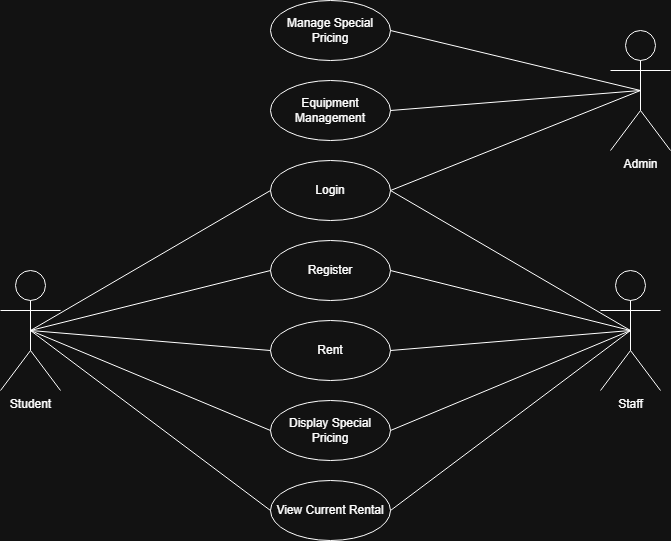
This is Final Assignment Diagrams/OOADFinalAsgnmtUseCaseDiagram.drawio.png from daiztufayl/OOADG2, a draw.io export, as it was before one commit. Source tidied: cells renumbered, new cells last; positions are measured from the earlier drawing's top-left corner, leaving out a move shared by most shapes. Its diagram source:
```xml
<mxGraphModel>
  <root>
    <mxCell id="0" />
    <mxCell id="1" parent="0" />
    <mxCell id="2" value="Student" style="shape=umlActor;verticalLabelPosition=bottom;verticalAlign=top;html=1;" parent="1" vertex="1">
      <mxGeometry y="270" width="60" height="120" as="geometry" />
    </mxCell>
    <mxCell id="3" value="Login" style="ellipse;whiteSpace=wrap;html=1;" parent="1" vertex="1">
      <mxGeometry x="270" y="160" width="120" height="60" as="geometry" />
    </mxCell>
    <mxCell id="4" value="Admin" style="shape=umlActor;verticalLabelPosition=bottom;verticalAlign=top;html=1;" parent="1" vertex="1">
      <mxGeometry x="610" y="30" width="60" height="120" as="geometry" />
    </mxCell>
    <mxCell id="5" value="Register" style="ellipse;whiteSpace=wrap;html=1;" parent="1" vertex="1">
      <mxGeometry x="270" y="240" width="120" height="60" as="geometry" />
    </mxCell>
    <mxCell id="6" value="Equipment Management" style="ellipse;whiteSpace=wrap;html=1;" parent="1" vertex="1">
      <mxGeometry x="270" y="80" width="120" height="60" as="geometry" />
    </mxCell>
    <mxCell id="7" value="Manage Special Pricing" style="ellipse;whiteSpace=wrap;html=1;" parent="1" vertex="1">
      <mxGeometry x="270" width="120" height="60" as="geometry" />
    </mxCell>
    <mxCell id="8" value="Staff" style="shape=umlActor;verticalLabelPosition=bottom;verticalAlign=top;html=1;" parent="1" vertex="1">
      <mxGeometry x="600" y="270" width="60" height="120" as="geometry" />
    </mxCell>
    <mxCell id="9" value="Rent&lt;span style=&quot;color: rgba(0, 0, 0, 0); font-family: monospace; font-size: 0px; text-align: start; white-space: nowrap;&quot;&gt;%3CmxGraphModel%3E%3Croot%3E%3CmxCell%20id%3D%220%22%2F%3E%3CmxCell%20id%3D%221%22%20parent%3D%220%22%2F%3E%3CmxCell%20id%3D%222%22%20parent%3D%221%22%20style%3D%22ellipse%3BwhiteSpace%3Dwrap%3Bhtml%3D1%3B%22%20value%3D%22Register%22%20vertex%3D%221%22%3E%3CmxGeometry%20height%3D%2260%22%20width%3D%22120%22%20x%3D%22320%22%20y%3D%22250%22%20as%3D%22geometry%22%2F%3E%3C%2FmxCell%3E%3C%2Froot%3E%3C%2FmxGraphModel%3E&lt;/span&gt;" style="ellipse;whiteSpace=wrap;html=1;" parent="1" vertex="1">
      <mxGeometry x="270" y="320" width="120" height="60" as="geometry" />
    </mxCell>
    <mxCell id="10" value="View Current Rental" style="ellipse;whiteSpace=wrap;html=1;" parent="1" vertex="1">
      <mxGeometry x="270" y="480" width="120" height="60" as="geometry" />
    </mxCell>
    <mxCell id="11" value="Display Special Pricing" style="ellipse;whiteSpace=wrap;html=1;" parent="1" vertex="1">
      <mxGeometry x="270" y="400" width="120" height="60" as="geometry" />
    </mxCell>
    <mxCell id="12" style="endArrow=none;html=1;rounded=0;entryX=1;entryY=0.5;entryDx=0;entryDy=0;exitX=0.5;exitY=0.5;exitDx=0;exitDy=0;exitPerimeter=0;" parent="1" edge="1" source="4" target="7">
      <mxGeometry relative="1" as="geometry" />
    </mxCell>
    <mxCell id="13" style="endArrow=none;html=1;rounded=0;entryX=0.5;entryY=0.5;entryDx=0;entryDy=0;entryPerimeter=0;" parent="1" edge="1" target="4">
      <mxGeometry relative="1" as="geometry">
        <mxPoint x="390" y="110" as="sourcePoint" />
      </mxGeometry>
    </mxCell>
    <mxCell id="14" style="endArrow=none;html=1;rounded=0;exitX=1;exitY=0.5;exitDx=0;exitDy=0;" parent="1" edge="1" source="3">
      <mxGeometry relative="1" as="geometry">
        <mxPoint x="640" y="90" as="targetPoint" />
      </mxGeometry>
    </mxCell>
    <mxCell id="15" style="endArrow=none;html=1;rounded=0;exitX=0.5;exitY=0.5;exitDx=0;exitDy=0;exitPerimeter=0;entryX=0;entryY=0.5;entryDx=0;entryDy=0;" parent="1" edge="1" source="2" target="3">
      <mxGeometry relative="1" as="geometry" />
    </mxCell>
    <mxCell id="16" style="endArrow=none;html=1;rounded=0;exitX=0.5;exitY=0.5;exitDx=0;exitDy=0;exitPerimeter=0;" parent="1" edge="1" source="2">
      <mxGeometry relative="1" as="geometry">
        <mxPoint x="270" y="270" as="targetPoint" />
      </mxGeometry>
    </mxCell>
    <mxCell id="17" style="endArrow=none;html=1;rounded=0;exitX=0.5;exitY=0.5;exitDx=0;exitDy=0;exitPerimeter=0;" parent="1" edge="1" source="2">
      <mxGeometry relative="1" as="geometry">
        <mxPoint x="270" y="350" as="targetPoint" />
      </mxGeometry>
    </mxCell>
    <mxCell id="18" style="endArrow=none;html=1;rounded=0;exitX=0.5;exitY=0.5;exitDx=0;exitDy=0;exitPerimeter=0;" parent="1" edge="1" source="2">
      <mxGeometry relative="1" as="geometry">
        <mxPoint x="270" y="430" as="targetPoint" />
      </mxGeometry>
    </mxCell>
    <mxCell id="19" style="endArrow=none;html=1;rounded=0;exitX=0.5;exitY=0.5;exitDx=0;exitDy=0;exitPerimeter=0;" parent="1" edge="1" source="2">
      <mxGeometry relative="1" as="geometry">
        <mxPoint x="270" y="510" as="targetPoint" />
      </mxGeometry>
    </mxCell>
    <mxCell id="20" style="endArrow=none;html=1;rounded=0;exitX=0.5;exitY=0.5;exitDx=0;exitDy=0;exitPerimeter=0;entryX=0;entryY=0.5;entryDx=0;entryDy=0;" parent="1" edge="1">
      <mxGeometry relative="1" as="geometry">
        <mxPoint x="630" y="330" as="sourcePoint" />
        <mxPoint x="390" y="190" as="targetPoint" />
      </mxGeometry>
    </mxCell>
    <mxCell id="21" style="endArrow=none;html=1;rounded=0;exitX=0.5;exitY=0.5;exitDx=0;exitDy=0;exitPerimeter=0;" parent="1" edge="1">
      <mxGeometry relative="1" as="geometry">
        <mxPoint x="630" y="330" as="sourcePoint" />
        <mxPoint x="390" y="270" as="targetPoint" />
      </mxGeometry>
    </mxCell>
    <mxCell id="22" style="endArrow=none;html=1;rounded=0;exitX=0.5;exitY=0.5;exitDx=0;exitDy=0;exitPerimeter=0;" parent="1" edge="1">
      <mxGeometry relative="1" as="geometry">
        <mxPoint x="630" y="330" as="sourcePoint" />
        <mxPoint x="390" y="350" as="targetPoint" />
      </mxGeometry>
    </mxCell>
    <mxCell id="23" style="endArrow=none;html=1;rounded=0;exitX=0.5;exitY=0.5;exitDx=0;exitDy=0;exitPerimeter=0;" parent="1" edge="1">
      <mxGeometry relative="1" as="geometry">
        <mxPoint x="630" y="330" as="sourcePoint" />
        <mxPoint x="390" y="430" as="targetPoint" />
      </mxGeometry>
    </mxCell>
    <mxCell id="24" style="endArrow=none;html=1;rounded=0;exitX=0.5;exitY=0.5;exitDx=0;exitDy=0;exitPerimeter=0;" parent="1" edge="1">
      <mxGeometry relative="1" as="geometry">
        <mxPoint x="630" y="330" as="sourcePoint" />
        <mxPoint x="390" y="510" as="targetPoint" />
      </mxGeometry>
    </mxCell>
  </root>
</mxGraphModel>
```
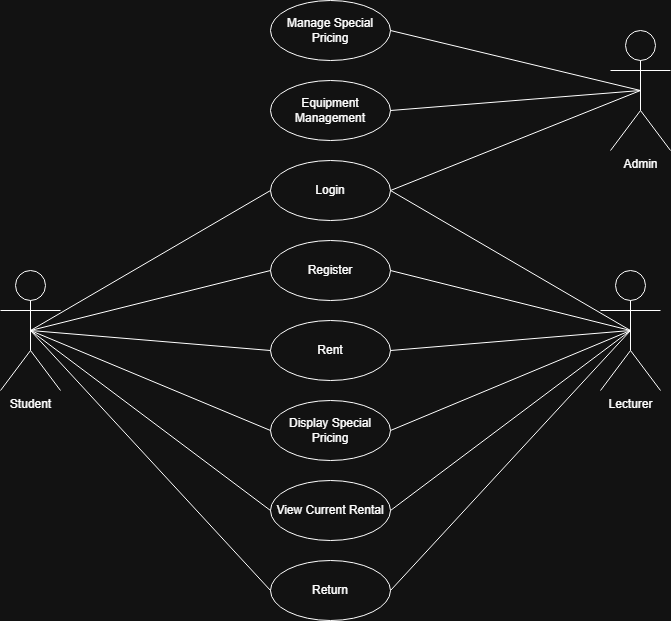
Above is the later version.

Commit message:
updated use case diagram

The edit, as a diff of the source:
```diff
@@ -20,7 +20,7 @@
     <mxCell id="7" value="Manage Special Pricing" style="ellipse;whiteSpace=wrap;html=1;" parent="1" vertex="1">
       <mxGeometry x="270" width="120" height="60" as="geometry" />
     </mxCell>
-    <mxCell id="8" value="Staff" style="shape=umlActor;verticalLabelPosition=bottom;verticalAlign=top;html=1;" parent="1" vertex="1">
+    <mxCell id="8" value="Lecturer" style="shape=umlActor;verticalLabelPosition=bottom;verticalAlign=top;html=1;" parent="1" vertex="1">
       <mxGeometry x="600" y="270" width="60" height="120" as="geometry" />
     </mxCell>
     <mxCell id="9" value="Rent&lt;span style=&quot;color: rgba(0, 0, 0, 0); font-family: monospace; font-size: 0px; text-align: start; white-space: nowrap;&quot;&gt;%3CmxGraphModel%3E%3Croot%3E%3CmxCell%20id%3D%220%22%2F%3E%3CmxCell%20id%3D%221%22%20parent%3D%220%22%2F%3E%3CmxCell%20id%3D%222%22%20parent%3D%221%22%20style%3D%22ellipse%3BwhiteSpace%3Dwrap%3Bhtml%3D1%3B%22%20value%3D%22Register%22%20vertex%3D%221%22%3E%3CmxGeometry%20height%3D%2260%22%20width%3D%22120%22%20x%3D%22320%22%20y%3D%22250%22%20as%3D%22geometry%22%2F%3E%3C%2FmxCell%3E%3C%2Froot%3E%3C%2FmxGraphModel%3E&lt;/span&gt;" style="ellipse;whiteSpace=wrap;html=1;" parent="1" vertex="1">
@@ -98,5 +98,17 @@
         <mxPoint x="390" y="510" as="targetPoint" />
       </mxGeometry>
     </mxCell>
+    <mxCell id="25" value="Return" style="ellipse;whiteSpace=wrap;html=1;" parent="1" vertex="1">
+      <mxGeometry x="270" y="560" width="120" height="60" as="geometry" />
+    </mxCell>
+    <mxCell id="26" style="endArrow=none;html=1;rounded=0;entryX=0;entryY=0.5;entryDx=0;entryDy=0;exitX=0.5;exitY=0.5;exitDx=0;exitDy=0;exitPerimeter=0;" parent="1" edge="1" source="2" target="25">
+      <mxGeometry relative="1" as="geometry" />
+    </mxCell>
+    <mxCell id="27" style="endArrow=none;html=1;rounded=0;entryX=0;entryY=0.5;entryDx=0;entryDy=0;exitX=0.5;exitY=0.5;exitDx=0;exitDy=0;exitPerimeter=0;" parent="1" edge="1">
+      <mxGeometry relative="1" as="geometry">
+        <mxPoint x="630" y="330" as="sourcePoint" />
+        <mxPoint x="390" y="590" as="targetPoint" />
+      </mxGeometry>
+    </mxCell>
   </root>
 </mxGraphModel>
```
